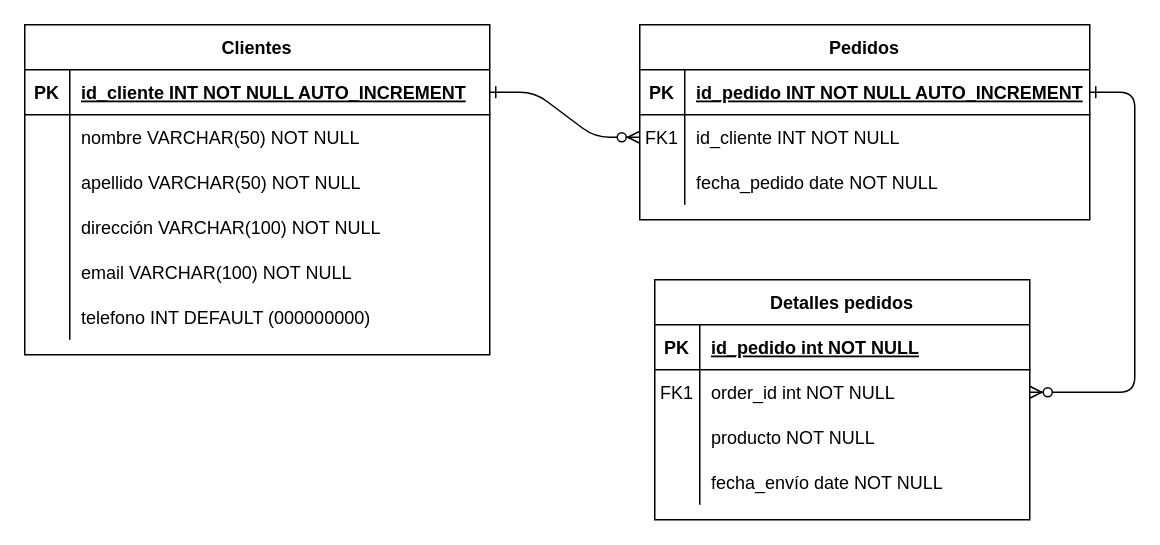
This is Diagrama sin título.drawio from javiocu/codigosamurai, a draw.io file, before an edit. Source tidied: cells renumbered, new cells numbered last; positions are measured from the earlier drawing's top-left corner, leaving out a move shared by most shapes. Both pictures are drawn from the tidied source at 150%, with x=0, y=0 at pixel (24, 24).
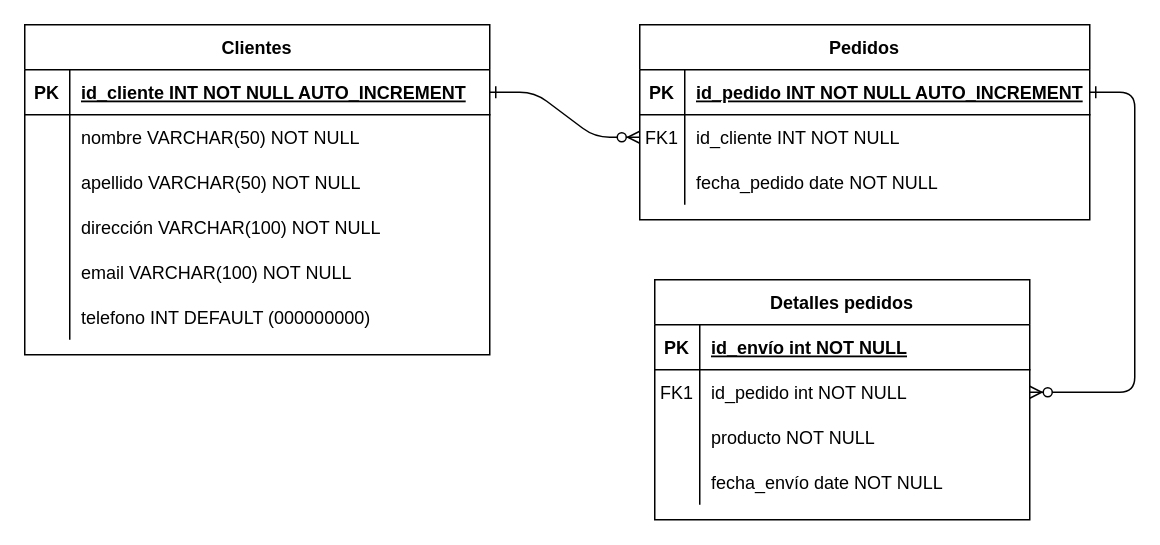
After the change.

Unchanged cells that the change refers to:
```xml
<mxCell id="15" style="shape=partialRectangle;fillColor=none;top=0;left=0;right=0;bottom=1;" parent="14" vertex="1">
  <mxGeometry y="30" width="250" height="30" as="geometry" />
</mxCell>
<mxCell id="18" style="shape=partialRectangle;fillColor=none;points=[[0,0.5],[1,0.5]];portConstraint=eastwest;top=0;left=0;right=0;bottom=0;" parent="14" vertex="1">
  <mxGeometry y="60" width="250" height="30" as="geometry" />
</mxCell>
```

Change to the diagram source:
```diff
@@
-    <mxCell id="17" value="id_pedido int NOT NULL" style="shape=partialRectangle;overflow=hidden;fillColor=none;top=0;left=0;bottom=0;right=0;align=left;spacingLeft=6;fontStyle=5;" parent="15" vertex="1">
+    <mxCell id="17" value="id_envío int NOT NULL" style="shape=partialRectangle;overflow=hidden;fillColor=none;top=0;left=0;bottom=0;right=0;align=left;spacingLeft=6;fontStyle=5;" parent="15" vertex="1">
       <mxGeometry x="30" width="220" height="30" as="geometry" />
     </mxCell>
@@
-    <mxCell id="20" value="order_id int NOT NULL" style="shape=partialRectangle;overflow=hidden;fillColor=none;top=0;left=0;bottom=0;right=0;align=left;spacingLeft=6;" parent="18" vertex="1">
+    <mxCell id="20" value="id_pedido int NOT NULL" style="shape=partialRectangle;overflow=hidden;fillColor=none;top=0;left=0;bottom=0;right=0;align=left;spacingLeft=6;" parent="18" vertex="1">
       <mxGeometry x="30" width="220" height="30" as="geometry" />
     </mxCell>
```
